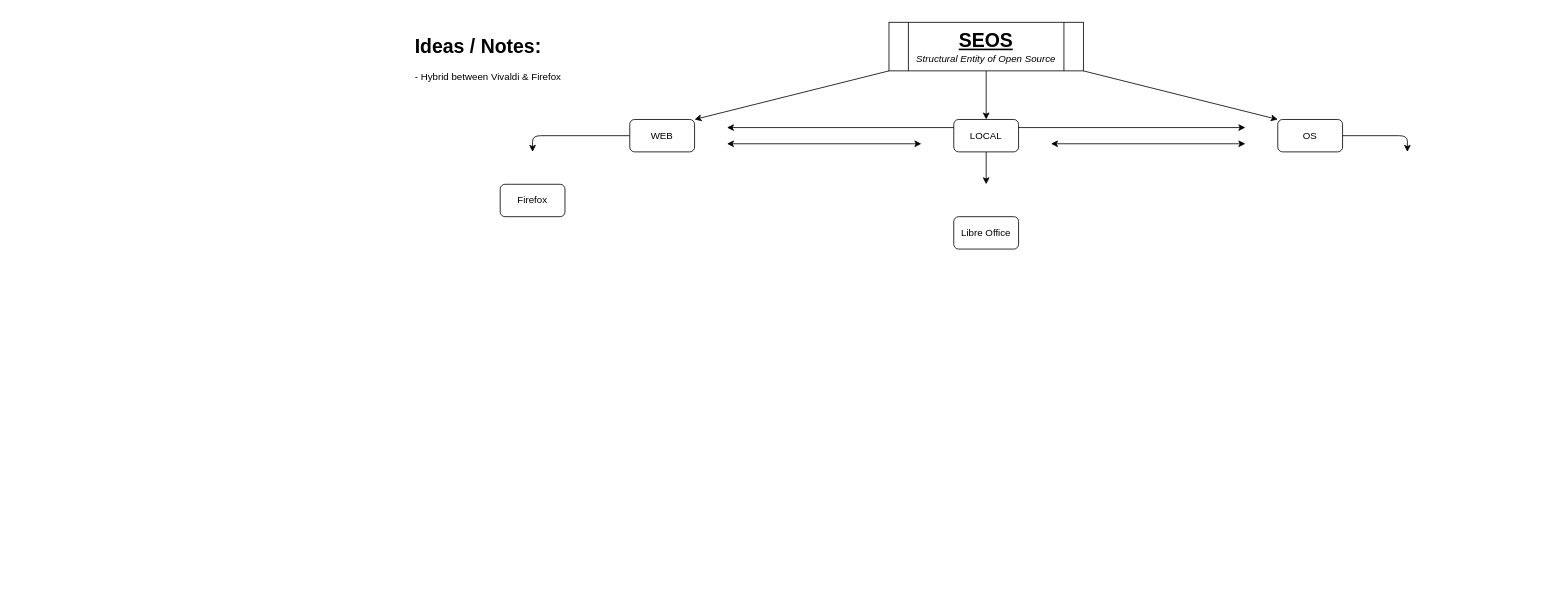
The draw.io diagram Main Diagram.drawio in O-Schell/OSH, before the edit. Source tidied: cells renumbered, new cells numbered last; positions are measured from the earlier drawing's top-left corner, leaving out a move shared by most shapes. Both pictures are drawn from the tidied source at 81%, with x=0, y=0 at pixel (411, 22).
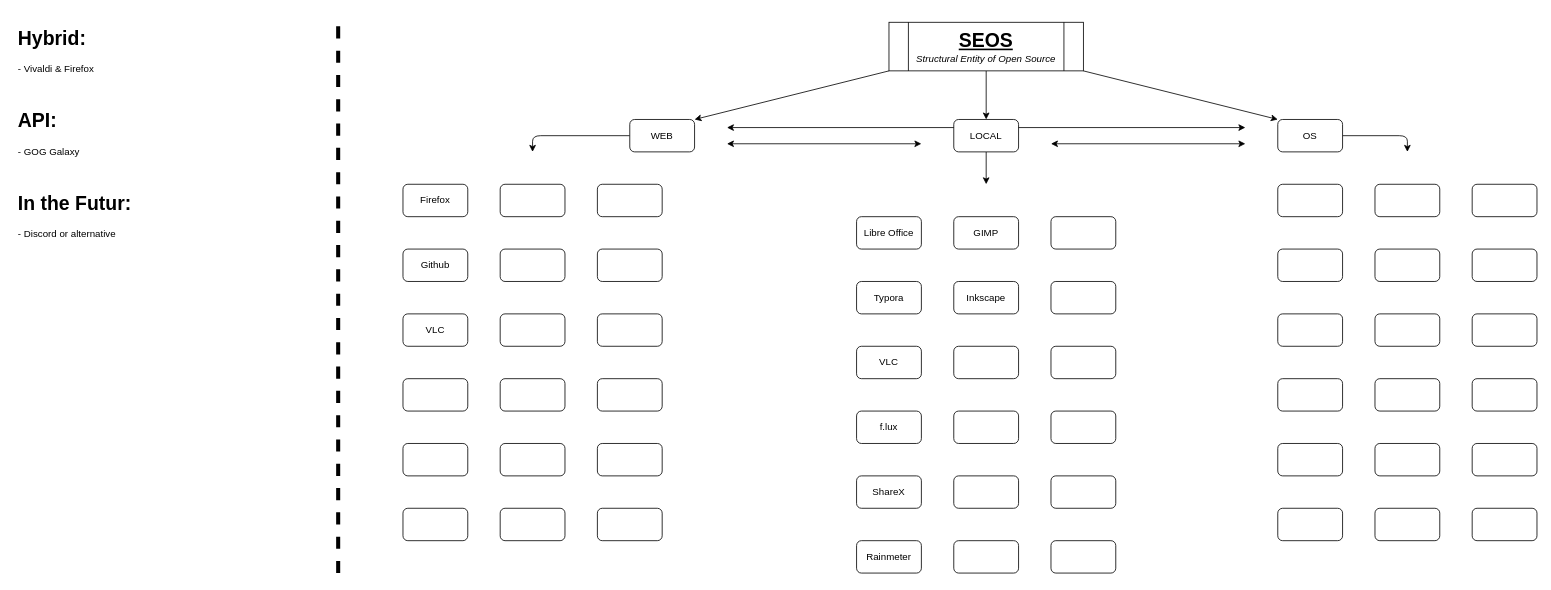
After the change.

Diff of the diagram source:
```diff
@@
-    <mxCell id="16" value="&lt;h1&gt;Ideas / Notes:&lt;/h1&gt;&lt;p&gt;- Hybrid between Vivaldi &amp;amp; Firefox&lt;/p&gt;" style="text;html=1;strokeColor=none;fillColor=none;spacing=5;spacingTop=-20;whiteSpace=wrap;overflow=hidden;rounded=0;" parent="1" vertex="1">
-      <mxGeometry y="10" width="190" height="120" as="geometry" />
+    <mxCell id="16" value="&lt;h1&gt;Hybrid:&lt;/h1&gt;&lt;p&gt;- Vivaldi &amp;amp; Firefox&lt;/p&gt;&lt;p&gt;&lt;br&gt;&lt;/p&gt;&lt;h1&gt;API:&lt;/h1&gt;&lt;p&gt;- GOG Galaxy&lt;/p&gt;&lt;p&gt;&lt;br&gt;&lt;/p&gt;&lt;h1&gt;In the Futur:&lt;/h1&gt;&lt;div&gt;- Discord or alternative&lt;/div&gt;&lt;div&gt;&lt;br&gt;&lt;/div&gt;&lt;p&gt;&lt;br&gt;&lt;/p&gt;" style="text;html=1;strokeColor=none;fillColor=none;spacing=5;spacingTop=-20;whiteSpace=wrap;overflow=hidden;rounded=0;" parent="1" vertex="1">
+      <mxGeometry x="-490" width="360" height="680" as="geometry" />
     </mxCell>
+    <mxCell id="18" value="Firefox" style="rounded=1;whiteSpace=wrap;html=1;" parent="1" vertex="1">
+      <mxGeometry x="-10" y="200" width="80" height="40" as="geometry" />
+    </mxCell>
+    <mxCell id="19" value="f.lux" style="rounded=1;whiteSpace=wrap;html=1;" parent="1" vertex="1">
+      <mxGeometry x="550" y="480" width="80" height="40" as="geometry" />
+    </mxCell>
+    <mxCell id="20" style="rounded=1;whiteSpace=wrap;html=1;" parent="1" vertex="1">
+      <mxGeometry x="670" y="400" width="80" height="40" as="geometry" />
+    </mxCell>
     <mxCell id="17" value="Libre Office" style="rounded=1;whiteSpace=wrap;html=1;" parent="1" vertex="1">
-      <mxGeometry x="670" y="240" width="80" height="40" as="geometry" />
+      <mxGeometry x="550" y="240" width="80" height="40" as="geometry" />
     </mxCell>
-    <mxCell id="18" value="Firefox" style="rounded=1;whiteSpace=wrap;html=1;" parent="1" vertex="1">
-      <mxGeometry x="110" y="200" width="80" height="40" as="geometry" />
-    </mxCell>
+    <mxCell id="21" value="Typora" style="rounded=1;whiteSpace=wrap;html=1;" parent="1" vertex="1">
+      <mxGeometry x="550" y="320" width="80" height="40" as="geometry" />
+    </mxCell>
+    <mxCell id="22" value="VLC" style="rounded=1;whiteSpace=wrap;html=1;" parent="1" vertex="1">
+      <mxGeometry x="550" y="400" width="80" height="40" as="geometry" />
+    </mxCell>
+    <mxCell id="23" value="ShareX" style="rounded=1;whiteSpace=wrap;html=1;" parent="1" vertex="1">
+      <mxGeometry x="550" y="560" width="80" height="40" as="geometry" />
+    </mxCell>
+    <mxCell id="24" value="Rainmeter" style="rounded=1;whiteSpace=wrap;html=1;" parent="1" vertex="1">
+      <mxGeometry x="550" y="640" width="80" height="40" as="geometry" />
+    </mxCell>
+    <mxCell id="25" value="VLC" style="rounded=1;whiteSpace=wrap;html=1;" parent="1" vertex="1">
+      <mxGeometry x="-10" y="360" width="80" height="40" as="geometry" />
+    </mxCell>
+    <mxCell id="26" value="Github" style="rounded=1;whiteSpace=wrap;html=1;" parent="1" vertex="1">
+      <mxGeometry x="-10" y="280" width="80" height="40" as="geometry" />
+    </mxCell>
+    <mxCell id="27" style="rounded=1;whiteSpace=wrap;html=1;" parent="1" vertex="1">
+      <mxGeometry x="670" y="480" width="80" height="40" as="geometry" />
+    </mxCell>
+    <mxCell id="28" style="rounded=1;whiteSpace=wrap;html=1;" parent="1" vertex="1">
+      <mxGeometry x="670" y="560" width="80" height="40" as="geometry" />
+    </mxCell>
+    <mxCell id="29" style="rounded=1;whiteSpace=wrap;html=1;" parent="1" vertex="1">
+      <mxGeometry x="670" y="640" width="80" height="40" as="geometry" />
+    </mxCell>
+    <mxCell id="30" value="Inkscape" style="rounded=1;whiteSpace=wrap;html=1;" parent="1" vertex="1">
+      <mxGeometry x="670" y="320" width="80" height="40" as="geometry" />
+    </mxCell>
+    <mxCell id="31" style="rounded=1;whiteSpace=wrap;html=1;" parent="1" vertex="1">
+      <mxGeometry x="790" y="400" width="80" height="40" as="geometry" />
+    </mxCell>
+    <mxCell id="32" style="rounded=1;whiteSpace=wrap;html=1;" parent="1" vertex="1">
+      <mxGeometry x="790" y="480" width="80" height="40" as="geometry" />
+    </mxCell>
+    <mxCell id="33" style="rounded=1;whiteSpace=wrap;html=1;" parent="1" vertex="1">
+      <mxGeometry x="790" y="560" width="80" height="40" as="geometry" />
+    </mxCell>
+    <mxCell id="34" style="rounded=1;whiteSpace=wrap;html=1;" parent="1" vertex="1">
+      <mxGeometry x="790" y="640" width="80" height="40" as="geometry" />
+    </mxCell>
+    <mxCell id="35" style="rounded=1;whiteSpace=wrap;html=1;" parent="1" vertex="1">
+      <mxGeometry x="790" y="320" width="80" height="40" as="geometry" />
+    </mxCell>
+    <mxCell id="36" style="rounded=1;whiteSpace=wrap;html=1;" parent="1" vertex="1">
+      <mxGeometry x="790" y="240" width="80" height="40" as="geometry" />
+    </mxCell>
+    <mxCell id="37" style="rounded=1;whiteSpace=wrap;html=1;" parent="1" vertex="1">
+      <mxGeometry x="1070" y="360" width="80" height="40" as="geometry" />
+    </mxCell>
+    <mxCell id="38" style="rounded=1;whiteSpace=wrap;html=1;" parent="1" vertex="1">
+      <mxGeometry x="1070" y="440" width="80" height="40" as="geometry" />
+    </mxCell>
+    <mxCell id="39" style="rounded=1;whiteSpace=wrap;html=1;" parent="1" vertex="1">
+      <mxGeometry x="1070" y="520" width="80" height="40" as="geometry" />
+    </mxCell>
+    <mxCell id="40" style="rounded=1;whiteSpace=wrap;html=1;" parent="1" vertex="1">
+      <mxGeometry x="1070" y="600" width="80" height="40" as="geometry" />
+    </mxCell>
+    <mxCell id="41" style="rounded=1;whiteSpace=wrap;html=1;" parent="1" vertex="1">
+      <mxGeometry x="1070" y="280" width="80" height="40" as="geometry" />
+    </mxCell>
+    <mxCell id="42" style="rounded=1;whiteSpace=wrap;html=1;" parent="1" vertex="1">
+      <mxGeometry x="1070" y="200" width="80" height="40" as="geometry" />
+    </mxCell>
+    <mxCell id="43" style="rounded=1;whiteSpace=wrap;html=1;" parent="1" vertex="1">
+      <mxGeometry x="1190" y="360" width="80" height="40" as="geometry" />
+    </mxCell>
+    <mxCell id="44" style="rounded=1;whiteSpace=wrap;html=1;" parent="1" vertex="1">
+      <mxGeometry x="1190" y="440" width="80" height="40" as="geometry" />
+    </mxCell>
+    <mxCell id="45" style="rounded=1;whiteSpace=wrap;html=1;" parent="1" vertex="1">
+      <mxGeometry x="1190" y="520" width="80" height="40" as="geometry" />
+    </mxCell>
+    <mxCell id="46" style="rounded=1;whiteSpace=wrap;html=1;" parent="1" vertex="1">
+      <mxGeometry x="1190" y="600" width="80" height="40" as="geometry" />
+    </mxCell>
+    <mxCell id="47" style="rounded=1;whiteSpace=wrap;html=1;" parent="1" vertex="1">
+      <mxGeometry x="1190" y="280" width="80" height="40" as="geometry" />
+    </mxCell>
+    <mxCell id="48" style="rounded=1;whiteSpace=wrap;html=1;" parent="1" vertex="1">
+      <mxGeometry x="1190" y="200" width="80" height="40" as="geometry" />
+    </mxCell>
+    <mxCell id="49" style="rounded=1;whiteSpace=wrap;html=1;" parent="1" vertex="1">
+      <mxGeometry x="1310" y="360" width="80" height="40" as="geometry" />
+    </mxCell>
+    <mxCell id="50" style="rounded=1;whiteSpace=wrap;html=1;" parent="1" vertex="1">
+      <mxGeometry x="1310" y="440" width="80" height="40" as="geometry" />
+    </mxCell>
+    <mxCell id="51" style="rounded=1;whiteSpace=wrap;html=1;" parent="1" vertex="1">
+      <mxGeometry x="1310" y="520" width="80" height="40" as="geometry" />
+    </mxCell>
+    <mxCell id="52" style="rounded=1;whiteSpace=wrap;html=1;" parent="1" vertex="1">
+      <mxGeometry x="1310" y="600" width="80" height="40" as="geometry" />
+    </mxCell>
+    <mxCell id="53" style="rounded=1;whiteSpace=wrap;html=1;" parent="1" vertex="1">
+      <mxGeometry x="1310" y="280" width="80" height="40" as="geometry" />
+    </mxCell>
+    <mxCell id="54" style="rounded=1;whiteSpace=wrap;html=1;" parent="1" vertex="1">
+      <mxGeometry x="1310" y="200" width="80" height="40" as="geometry" />
+    </mxCell>
+    <mxCell id="55" style="rounded=1;whiteSpace=wrap;html=1;" parent="1" vertex="1">
+      <mxGeometry x="110" y="360" width="80" height="40" as="geometry" />
+    </mxCell>
+    <mxCell id="56" style="rounded=1;whiteSpace=wrap;html=1;" parent="1" vertex="1">
+      <mxGeometry x="110" y="440" width="80" height="40" as="geometry" />
+    </mxCell>
+    <mxCell id="57" style="rounded=1;whiteSpace=wrap;html=1;" parent="1" vertex="1">
+      <mxGeometry x="110" y="520" width="80" height="40" as="geometry" />
+    </mxCell>
+    <mxCell id="58" style="rounded=1;whiteSpace=wrap;html=1;" parent="1" vertex="1">
+      <mxGeometry x="110" y="600" width="80" height="40" as="geometry" />
+    </mxCell>
+    <mxCell id="59" style="rounded=1;whiteSpace=wrap;html=1;" parent="1" vertex="1">
+      <mxGeometry x="110" y="280" width="80" height="40" as="geometry" />
+    </mxCell>
+    <mxCell id="60" style="rounded=1;whiteSpace=wrap;html=1;" parent="1" vertex="1">
+      <mxGeometry x="110" y="200" width="80" height="40" as="geometry" />
+    </mxCell>
+    <mxCell id="61" style="rounded=1;whiteSpace=wrap;html=1;" parent="1" vertex="1">
+      <mxGeometry x="230" y="360" width="80" height="40" as="geometry" />
+    </mxCell>
+    <mxCell id="62" style="rounded=1;whiteSpace=wrap;html=1;" parent="1" vertex="1">
+      <mxGeometry x="230" y="440" width="80" height="40" as="geometry" />
+    </mxCell>
+    <mxCell id="63" style="rounded=1;whiteSpace=wrap;html=1;" parent="1" vertex="1">
+      <mxGeometry x="230" y="520" width="80" height="40" as="geometry" />
+    </mxCell>
+    <mxCell id="64" style="rounded=1;whiteSpace=wrap;html=1;" parent="1" vertex="1">
+      <mxGeometry x="230" y="600" width="80" height="40" as="geometry" />
+    </mxCell>
+    <mxCell id="65" style="rounded=1;whiteSpace=wrap;html=1;" parent="1" vertex="1">
+      <mxGeometry x="230" y="280" width="80" height="40" as="geometry" />
+    </mxCell>
+    <mxCell id="66" style="rounded=1;whiteSpace=wrap;html=1;" parent="1" vertex="1">
+      <mxGeometry x="230" y="200" width="80" height="40" as="geometry" />
+    </mxCell>
+    <mxCell id="67" style="rounded=1;whiteSpace=wrap;html=1;" parent="1" vertex="1">
+      <mxGeometry x="-10" y="440" width="80" height="40" as="geometry" />
+    </mxCell>
+    <mxCell id="68" style="rounded=1;whiteSpace=wrap;html=1;" parent="1" vertex="1">
+      <mxGeometry x="-10" y="520" width="80" height="40" as="geometry" />
+    </mxCell>
+    <mxCell id="69" style="rounded=1;whiteSpace=wrap;html=1;" parent="1" vertex="1">
+      <mxGeometry x="-10" y="600" width="80" height="40" as="geometry" />
+    </mxCell>
+    <mxCell id="70" value="GIMP" style="rounded=1;whiteSpace=wrap;html=1;" parent="1" vertex="1">
+      <mxGeometry x="670" y="240" width="80" height="40" as="geometry" />
+    </mxCell>
+    <mxCell id="71" style="endArrow=none;dashed=1;html=1;strokeWidth=5;" parent="1" edge="1">
+      <mxGeometry relative="1" as="geometry">
+        <mxPoint x="-90" y="680" as="sourcePoint" />
+        <mxPoint x="-90" as="targetPoint" />
+      </mxGeometry>
+    </mxCell>
```
